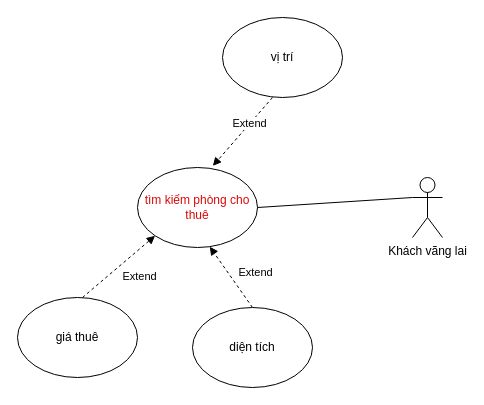
This is page "Page-3" (3 of 7) of usecase.drawio from Uechi123/PTTKHTTT, a draw.io file, before an edit. Source tidied: cells renumbered, new cells numbered last; positions are measured from the earlier drawing's top-left corner, leaving out a move shared by most shapes. Both pictures are drawn from the tidied source at 100%, with x=0, y=0 at pixel (17, 17).
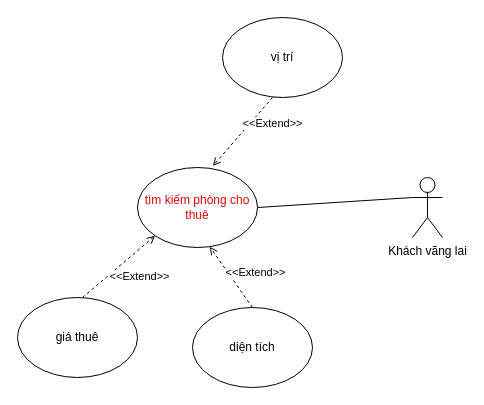
The same diagram, later.

What changed in the source:
```diff
@@
 <mxGraphModel>
   <root>
     <mxCell id="0" />
     <mxCell id="1" parent="0" />
     <mxCell id="2" value="Khách vãng lai" style="shape=umlActor;verticalLabelPosition=bottom;verticalAlign=top;html=1;outlineConnect=0;" parent="1" vertex="1">
       <mxGeometry x="395" y="160" width="30" height="60" as="geometry" />
     </mxCell>
     <mxCell id="3" value="tìm kiếm phòng cho thuê" style="ellipse;whiteSpace=wrap;html=1;fontColor=#dd0808;" parent="1" vertex="1">
       <mxGeometry x="120" y="150" width="120" height="80" as="geometry" />
     </mxCell>
     <mxCell id="4" style="endArrow=none;html=1;rounded=0;entryX=0;entryY=0.3333333333333333;entryDx=0;entryDy=0;entryPerimeter=0;exitX=1;exitY=0.5;exitDx=0;exitDy=0;" parent="1" edge="1" source="3" target="2">
       <mxGeometry relative="1" as="geometry" />
     </mxCell>
-    <mxCell id="5" style="endArrow=block;html=1;rounded=0;entryX=0.628;entryY=-0.02;entryDx=0;entryDy=0;dashed=1;startArrow=none;startFill=0;endFill=1;entryPerimeter=0;" parent="1" edge="1" target="3">
+    <mxCell id="5" style="endArrow=open;html=1;rounded=0;entryX=0.628;entryY=-0.02;entryDx=0;entryDy=0;dashed=1;startArrow=none;startFill=0;endFill=0;entryPerimeter=0;" parent="1" edge="1" target="3">
       <mxGeometry relative="1" as="geometry">
         <mxPoint x="255" y="80" as="sourcePoint" />
       </mxGeometry>
     </mxCell>
-    <mxCell id="6" value="Extend" style="edgeLabel;html=1;align=center;verticalAlign=middle;" parent="5" vertex="1">
+    <mxCell id="6" value="&amp;lt;&amp;lt;Extend&amp;gt;&amp;gt;" style="edgeLabel;html=1;align=center;verticalAlign=middle;" parent="5" vertex="1">
       <mxGeometry x="-0.04" y="-11" relative="1" as="geometry">
-        <mxPoint x="14" as="offset" />
+        <mxPoint x="37" as="offset" />
       </mxGeometry>
     </mxCell>
-    <mxCell id="7" style="endArrow=block;html=1;rounded=0;entryX=0.602;entryY=0.99;entryDx=0;entryDy=0;dashed=1;startArrow=none;startFill=0;endFill=1;entryPerimeter=0;" parent="1" edge="1" target="3">
+    <mxCell id="7" style="endArrow=open;html=1;rounded=0;entryX=0.602;entryY=0.99;entryDx=0;entryDy=0;dashed=1;startArrow=none;startFill=0;endFill=0;entryPerimeter=0;" parent="1" edge="1" target="3">
       <mxGeometry relative="1" as="geometry">
         <mxPoint x="235" y="290" as="sourcePoint" />
       </mxGeometry>
     </mxCell>
-    <mxCell id="8" value="Extend" style="edgeLabel;html=1;align=center;verticalAlign=middle;" parent="7" vertex="1">
+    <mxCell id="8" value="&amp;lt;&amp;lt;Extend&amp;gt;&amp;gt;" style="edgeLabel;html=1;align=center;verticalAlign=middle;" parent="7" vertex="1">
       <mxGeometry x="-0.04" y="-11" relative="1" as="geometry">
         <mxPoint x="14" as="offset" />
       </mxGeometry>
     </mxCell>
-    <mxCell id="9" style="endArrow=block;html=1;rounded=0;entryX=0;entryY=1;entryDx=0;entryDy=0;dashed=1;startArrow=none;startFill=0;endFill=1;" parent="1" edge="1" target="3">
+    <mxCell id="9" style="endArrow=open;html=1;rounded=0;entryX=0;entryY=1;entryDx=0;entryDy=0;dashed=1;startArrow=none;startFill=0;endFill=0;" parent="1" edge="1" target="3">
       <mxGeometry relative="1" as="geometry">
         <mxPoint x="65" y="280" as="sourcePoint" />
       </mxGeometry>
     </mxCell>
-    <mxCell id="10" value="Extend" style="edgeLabel;html=1;align=center;verticalAlign=middle;" parent="9" vertex="1">
+    <mxCell id="10" value="&amp;lt;&amp;lt;Extend&amp;gt;&amp;gt;" style="edgeLabel;html=1;align=center;verticalAlign=middle;" parent="9" vertex="1">
       <mxGeometry x="-0.04" y="-11" relative="1" as="geometry">
         <mxPoint x="14" as="offset" />
       </mxGeometry>
     </mxCell>
     <mxCell id="11" value="vị trí" style="ellipse;whiteSpace=wrap;html=1;" parent="1" vertex="1">
       <mxGeometry x="205" width="120" height="80" as="geometry" />
     </mxCell>
     <mxCell id="12" value="diện tích" style="ellipse;whiteSpace=wrap;html=1;" parent="1" vertex="1">
       <mxGeometry x="175" y="290" width="120" height="80" as="geometry" />
     </mxCell>
     <mxCell id="13" value="giá thuê" style="ellipse;whiteSpace=wrap;html=1;" parent="1" vertex="1">
       <mxGeometry y="280" width="120" height="80" as="geometry" />
     </mxCell>
   </root>
 </mxGraphModel>
```
